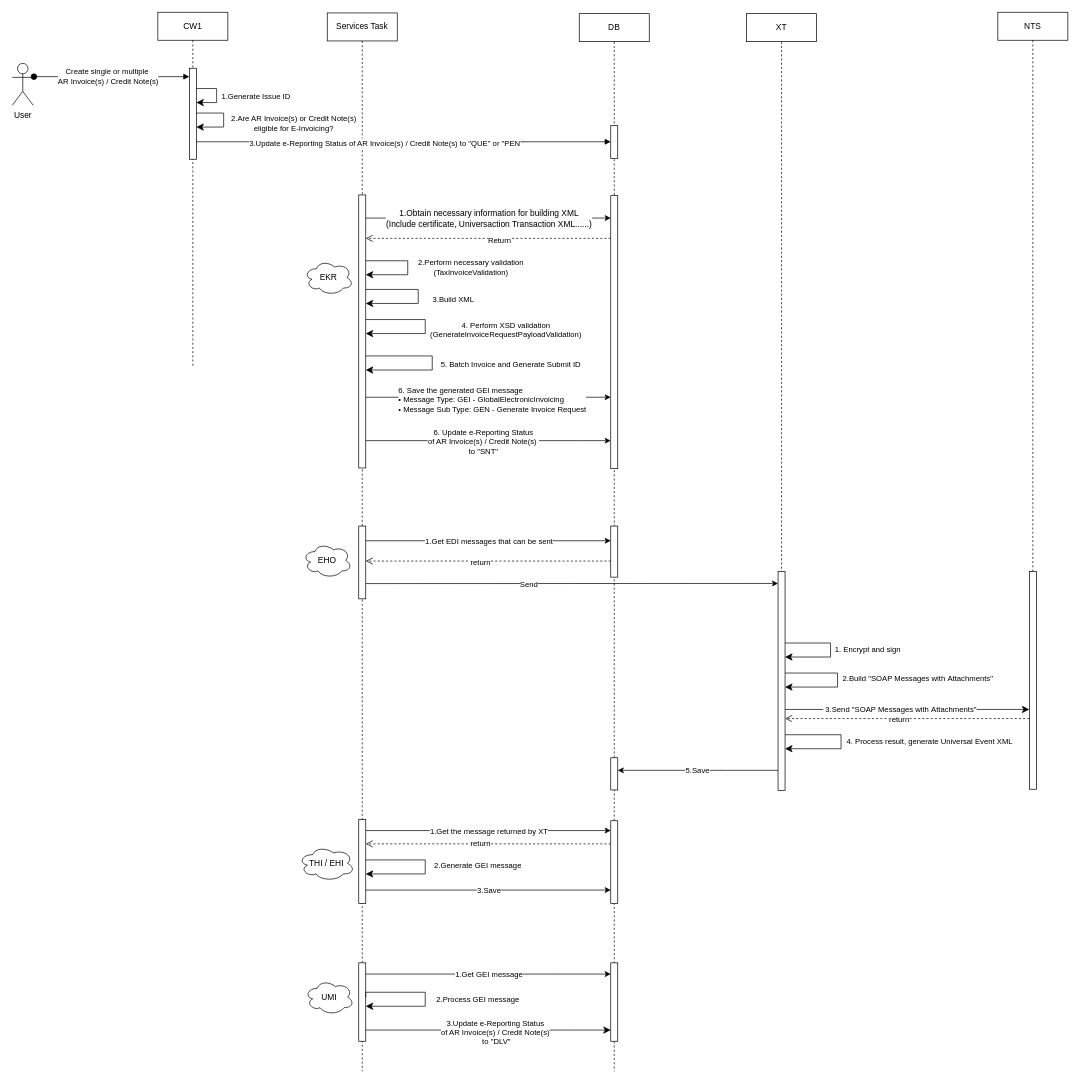
The draw.io diagram Step1.drawio in JingwenLi/MyTestProjects, before the edit. Source tidied: cells renumbered, new cells numbered last; positions are measured from the earlier drawing's top-left corner, leaving out a move shared by most shapes. Both pictures are drawn from the tidied source at 70%, with x=0, y=0 at pixel (12, 12).
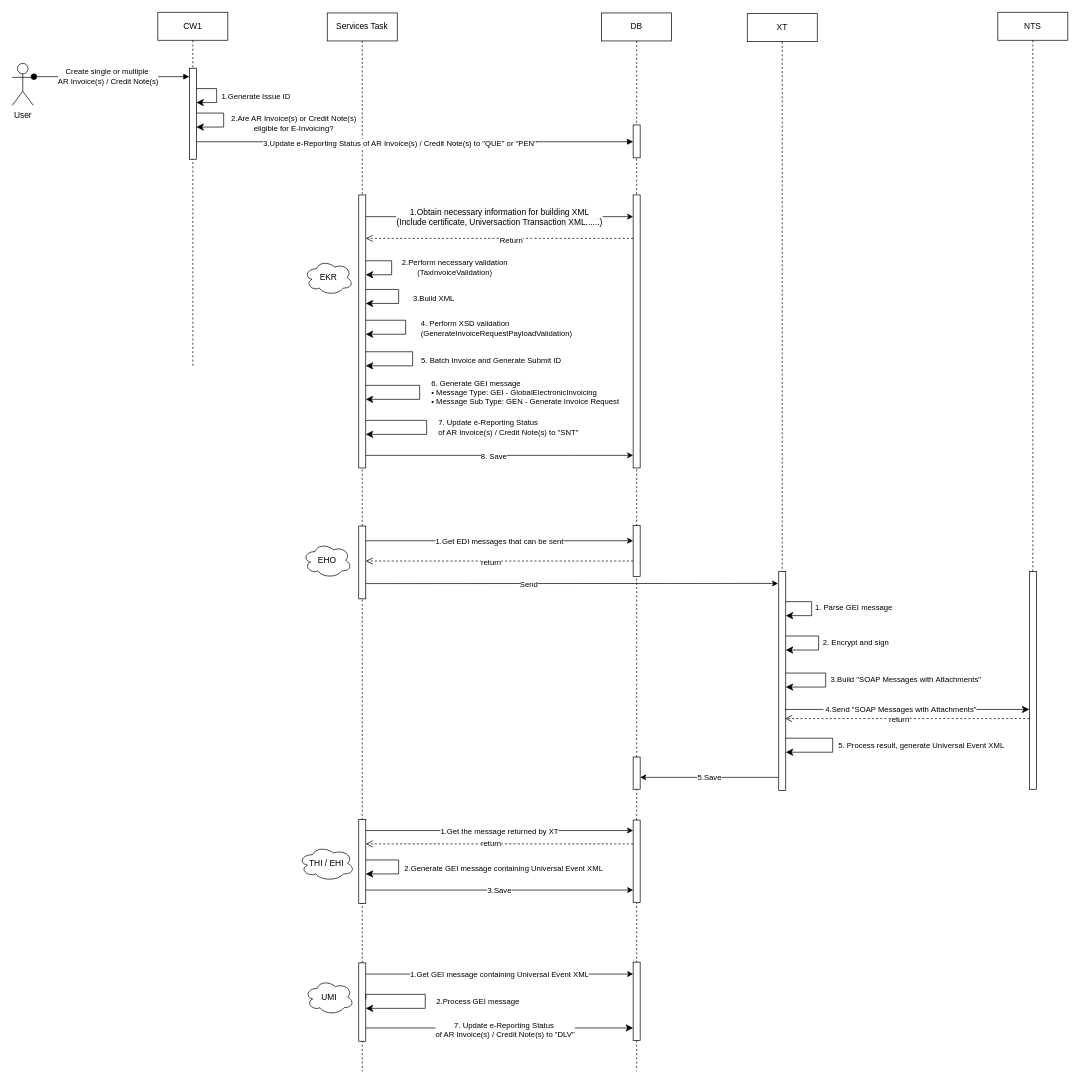
Above is the later version.

The change refers to these unchanged cells:
```xml
<mxCell id="4" value="Services Task" style="shape=umlLifeline;perimeter=lifelinePerimeter;whiteSpace=wrap;html=1;newEdgeStyle={&quot;edgeStyle&quot;:&quot;elbowEdgeStyle&quot;,&quot;elbow&quot;:&quot;vertical&quot;,&quot;curved&quot;:0,&quot;rounded&quot;:0};" parent="1" vertex="1">
  <mxGeometry x="450" y="1" width="100" height="1512" as="geometry" />
</mxCell>
<mxCell id="5" style="html=1;points=[];perimeter=orthogonalPerimeter;outlineConnect=0;targetShapes=umlLifeline;portConstraint=eastwest;newEdgeStyle={&quot;edgeStyle&quot;:&quot;elbowEdgeStyle&quot;,&quot;elbow&quot;:&quot;vertical&quot;,&quot;curved&quot;:0,&quot;rounded&quot;:0};" parent="4" vertex="1">
  <mxGeometry x="45" y="260" width="10" height="390" as="geometry" />
</mxCell>
<mxCell id="8" style="html=1;points=[];perimeter=orthogonalPerimeter;outlineConnect=0;targetShapes=umlLifeline;portConstraint=eastwest;newEdgeStyle={&quot;edgeStyle&quot;:&quot;elbowEdgeStyle&quot;,&quot;elbow&quot;:&quot;vertical&quot;,&quot;curved&quot;:0,&quot;rounded&quot;:0};" parent="4" vertex="1">
  <mxGeometry x="45" y="1357" width="10" height="112" as="geometry" />
</mxCell>
<mxCell id="22" style="html=1;points=[];perimeter=orthogonalPerimeter;outlineConnect=0;targetShapes=umlLifeline;portConstraint=eastwest;newEdgeStyle={&quot;edgeStyle&quot;:&quot;elbowEdgeStyle&quot;,&quot;elbow&quot;:&quot;vertical&quot;,&quot;curved&quot;:0,&quot;rounded&quot;:0};" parent="18" vertex="1">
  <mxGeometry x="45" y="1356" width="10" height="112" as="geometry" />
</mxCell>
<mxCell id="23" style="html=1;points=[];perimeter=orthogonalPerimeter;outlineConnect=0;targetShapes=umlLifeline;portConstraint=eastwest;newEdgeStyle={&quot;edgeStyle&quot;:&quot;elbowEdgeStyle&quot;,&quot;elbow&quot;:&quot;vertical&quot;,&quot;curved&quot;:0,&quot;rounded&quot;:0};" parent="18" vertex="1">
  <mxGeometry x="45" y="1063" width="10" height="46" as="geometry" />
</mxCell>
<mxCell id="24" style="html=1;points=[];perimeter=orthogonalPerimeter;outlineConnect=0;targetShapes=umlLifeline;portConstraint=eastwest;newEdgeStyle={&quot;edgeStyle&quot;:&quot;elbowEdgeStyle&quot;,&quot;elbow&quot;:&quot;vertical&quot;,&quot;curved&quot;:0,&quot;rounded&quot;:0};" parent="18" vertex="1">
  <mxGeometry x="45" y="260" width="10" height="390" as="geometry" />
</mxCell>
<mxCell id="28" style="html=1;points=[];perimeter=orthogonalPerimeter;outlineConnect=0;targetShapes=umlLifeline;portConstraint=eastwest;newEdgeStyle={&quot;edgeStyle&quot;:&quot;elbowEdgeStyle&quot;,&quot;elbow&quot;:&quot;vertical&quot;,&quot;curved&quot;:0,&quot;rounded&quot;:0};" parent="27" vertex="1">
  <mxGeometry x="45" y="797" width="10" height="313" as="geometry" />
</mxCell>
<mxCell id="62" style="edgeStyle=elbowEdgeStyle;rounded=0;jettySize=auto;html=1;elbow=vertical;curved=0;" parent="1" edge="1" source="8" target="22">
  <mxGeometry x="0.12" y="10" relative="1" as="geometry">
    <Array as="points">
      <mxPoint x="772" y="1374" />
      <mxPoint x="710" y="1262.4" />
    </Array>
  </mxGeometry>
</mxCell>
```

The edit, as a diff of the source:
```diff
@@
     <mxCell id="9" value="3.Build&amp;nbsp;XML" style="edgeStyle=segmentEdgeStyle;endArrow=classic;html=1;curved=0;rounded=0;endSize=8;startSize=8;" parent="4" edge="1">
       <mxGeometry x="0.05" y="50" relative="1" as="geometry">
         <mxPoint x="55" y="395" as="sourcePoint" />
         <mxPoint x="55" y="415" as="targetPoint" />
         <Array as="points">
-          <mxPoint x="130" y="395" />
-          <mxPoint x="130" y="415" />
+          <mxPoint x="102" y="395" />
+          <mxPoint x="102" y="415" />
         </Array>
       </mxGeometry>
     </mxCell>
     <mxCell id="10" value="&lt;span style=&quot;color: rgb(0, 0, 0); font-family: Helvetica; font-size: 11px; font-style: normal; font-variant-ligatures: normal; font-variant-caps: normal; font-weight: 400; letter-spacing: normal; orphans: 2; text-align: center; text-indent: 0px; text-transform: none; widows: 2; word-spacing: 0px; -webkit-text-stroke-width: 0px; background-color: rgb(255, 255, 255); text-decoration-thickness: initial; text-decoration-style: initial; text-decoration-color: initial; float: none; display: inline !important;&quot;&gt;2.Perform necessary validation&lt;/span&gt;&lt;br&gt;(TaxInvoiceValidation)" style="edgeStyle=segmentEdgeStyle;endArrow=classic;html=1;curved=0;rounded=0;endSize=8;startSize=8;" parent="4" edge="1">
       <mxGeometry y="90" relative="1" as="geometry">
         <mxPoint x="55" y="354" as="sourcePoint" />
         <mxPoint x="55" y="374" as="targetPoint" />
         <Array as="points">
-          <mxPoint x="115" y="354" />
-          <mxPoint x="115" y="374" />
+          <mxPoint x="92" y="354" />
+          <mxPoint x="92" y="374" />
         </Array>
       </mxGeometry>
     </mxCell>
-    <mxCell id="11" value="4. Perform XSD validation&lt;br&gt;(GenerateInvoiceRequestPayloadValidation)" style="edgeStyle=segmentEdgeStyle;endArrow=classic;html=1;curved=0;rounded=0;endSize=8;startSize=8;" parent="4" edge="1">
-      <mxGeometry x="0.05" y="115" relative="1" as="geometry">
-        <mxPoint x="55" y="438" as="sourcePoint" />
-        <mxPoint x="55" y="458" as="targetPoint" />
+    <mxCell id="11" value="4. Perform XSD validation&lt;br&gt;(GenerateInvoiceRequestPayloadValidation)" style="edgeStyle=segmentEdgeStyle;endArrow=classic;html=1;curved=0;rounded=0;endSize=8;startSize=8;align=left;" parent="4" edge="1">
+      <mxGeometry x="0.04" y="20" relative="1" as="geometry">
+        <mxPoint x="55" y="439" as="sourcePoint" />
+        <mxPoint x="55" y="459" as="targetPoint" />
         <Array as="points">
-          <mxPoint x="140" y="438" />
-          <mxPoint x="140" y="458" />
+          <mxPoint x="112" y="439" />
+          <mxPoint x="112" y="459" />
         </Array>
+        <mxPoint y="-1" as="offset" />
       </mxGeometry>
     </mxCell>
     <mxCell id="12" value="2.Process GEI message" style="edgeStyle=segmentEdgeStyle;endArrow=classic;html=1;curved=0;rounded=0;endSize=8;startSize=8;exitX=1;exitY=0.163;exitDx=0;exitDy=0;exitPerimeter=0;" parent="4" edge="1">
       <mxGeometry x="0.04" y="75" relative="1" as="geometry">
-        <mxPoint x="55" y="1406.3" as="sourcePoint" />
-        <mxPoint x="55" y="1419" as="targetPoint" />
+        <mxPoint x="55" y="1409.3" as="sourcePoint" />
+        <mxPoint x="55" y="1422" as="targetPoint" />
         <Array as="points">
-          <mxPoint x="140" y="1399" />
-          <mxPoint x="140" y="1419" />
+          <mxPoint x="140" y="1402" />
+          <mxPoint x="140" y="1422" />
         </Array>
         <mxPoint y="-1" as="offset" />
       </mxGeometry>
     </mxCell>
-    <mxCell id="13" value="2.Generate GEI message" style="edgeStyle=segmentEdgeStyle;endArrow=classic;html=1;curved=0;rounded=0;endSize=8;startSize=8;" parent="4" edge="1">
-      <mxGeometry x="-0.03" y="75" relative="1" as="geometry">
+    <mxCell id="13" value="2.Generate GEI message containing&amp;nbsp;Universal Event XML" style="edgeStyle=segmentEdgeStyle;endArrow=classic;html=1;curved=0;rounded=0;endSize=8;startSize=8;" parent="4" edge="1">
+      <mxGeometry x="0.04" y="150" relative="1" as="geometry">
         <mxPoint x="55" y="1210" as="sourcePoint" />
         <mxPoint x="55" y="1230" as="targetPoint" />
         <Array as="points">
-          <mxPoint x="140" y="1210" />
-          <mxPoint x="140" y="1230" />
+          <mxPoint x="102" y="1210" />
+          <mxPoint x="102" y="1230" />
         </Array>
-        <mxPoint y="1" as="offset" />
       </mxGeometry>
     </mxCell>
     <mxCell id="14" value="5. Batch Invoice and Generate Submit ID" style="edgeStyle=segmentEdgeStyle;endArrow=classic;html=1;curved=0;rounded=0;endSize=8;startSize=8;" parent="4" edge="1">
       <mxGeometry x="0.03" y="112" relative="1" as="geometry">
-        <mxPoint x="55" y="490" as="sourcePoint" />
-        <mxPoint x="55" y="510.1" as="targetPoint" />
+        <mxPoint x="55" y="484" as="sourcePoint" />
+        <mxPoint x="55" y="504.1" as="targetPoint" />
         <Array as="points">
-          <mxPoint x="150" y="490" />
-          <mxPoint x="150" y="510" />
+          <mxPoint x="122" y="484" />
+          <mxPoint x="122" y="504" />
         </Array>
       </mxGeometry>
     </mxCell>
+    <mxCell id="68" value="6.&amp;nbsp;Generate GEI message&lt;div style=&quot;border-color: var(--border-color);&quot;&gt;• Message Type: GEI - GlobalElectronicInvoicing&lt;/div&gt;&lt;div style=&quot;border-color: var(--border-color);&quot;&gt;• Message Sub Type: GEN - Generate Invoice Request&lt;/div&gt;" style="edgeStyle=segmentEdgeStyle;endArrow=classic;html=1;curved=0;rounded=0;endSize=8;startSize=8;align=left;" parent="4" edge="1" source="5" target="5">
+      <mxGeometry y="15" relative="1" as="geometry">
+        <Array as="points">
+          <mxPoint x="132" y="532" />
+          <mxPoint x="132" y="552" />
+        </Array>
+      </mxGeometry>
+    </mxCell>
+    <mxCell id="69" value="7. Update e-Reporting Status&amp;nbsp;&lt;br&gt;&lt;span style=&quot;text-align: center;&quot;&gt;of AR Invoice(s) / Credit Note(s)&amp;nbsp;&lt;/span&gt;&lt;span style=&quot;text-align: center;&quot;&gt;to &quot;SNT&quot;&lt;/span&gt;" style="edgeStyle=segmentEdgeStyle;endArrow=classic;html=1;curved=0;rounded=0;endSize=8;startSize=8;align=left;" parent="4" edge="1" source="5" target="5">
+      <mxGeometry y="15" relative="1" as="geometry">
+        <Array as="points">
+          <mxPoint x="142" y="582" />
+          <mxPoint x="142" y="602" />
+        </Array>
+      </mxGeometry>
+    </mxCell>
@@
     <mxCell id="18" value="DB" style="shape=umlLifeline;perimeter=lifelinePerimeter;whiteSpace=wrap;html=1;newEdgeStyle={&quot;edgeStyle&quot;:&quot;elbowEdgeStyle&quot;,&quot;elbow&quot;:&quot;vertical&quot;,&quot;curved&quot;:0,&quot;rounded&quot;:0};" parent="1" vertex="1">
-      <mxGeometry x="810" y="2" width="100" height="1511" as="geometry" />
+      <mxGeometry x="842" y="1" width="100" height="1511" as="geometry" />
     </mxCell>
@@
     <mxCell id="27" value="XT" style="shape=umlLifeline;perimeter=lifelinePerimeter;whiteSpace=wrap;html=1;newEdgeStyle={&quot;edgeStyle&quot;:&quot;elbowEdgeStyle&quot;,&quot;elbow&quot;:&quot;vertical&quot;,&quot;curved&quot;:0,&quot;rounded&quot;:0};" parent="1" vertex="1">
-      <mxGeometry x="1049" y="2" width="100" height="1110" as="geometry" />
+      <mxGeometry x="1050" y="2" width="100" height="1110" as="geometry" />
     </mxCell>
@@
-    <mxCell id="29" value="1. Encrypt and sign" style="edgeStyle=segmentEdgeStyle;endArrow=classic;html=1;curved=0;rounded=0;endSize=8;startSize=8;" parent="27" edge="1">
+    <mxCell id="29" value="2. Encrypt and sign" style="edgeStyle=segmentEdgeStyle;endArrow=classic;html=1;curved=0;rounded=0;endSize=8;startSize=8;" parent="27" edge="1">
       <mxGeometry y="53" relative="1" as="geometry">
-        <mxPoint x="55" y="899.1" as="sourcePoint" />
-        <mxPoint x="55" y="919.1" as="targetPoint" />
+        <mxPoint x="55" y="889.1" as="sourcePoint" />
+        <mxPoint x="55" y="909.1" as="targetPoint" />
         <Array as="points">
-          <mxPoint x="120" y="899" />
-          <mxPoint x="120" y="919" />
+          <mxPoint x="102" y="889" />
+          <mxPoint x="102" y="909" />
         </Array>
       </mxGeometry>
     </mxCell>
-    <mxCell id="30" value="&amp;nbsp;2.Build &quot;SOAP Messages with&amp;nbsp;Attachments&quot;" style="edgeStyle=segmentEdgeStyle;endArrow=classic;html=1;curved=0;rounded=0;endSize=8;startSize=8;" parent="27" edge="1">
+    <mxCell id="30" value="&amp;nbsp;3.Build &quot;SOAP Messages with&amp;nbsp;Attachments&quot;" style="edgeStyle=segmentEdgeStyle;endArrow=classic;html=1;curved=0;rounded=0;endSize=8;startSize=8;" parent="27" edge="1">
       <mxGeometry x="-0.02" y="113" relative="1" as="geometry">
         <mxPoint x="55" y="942" as="sourcePoint" />
         <mxPoint x="55" y="962" as="targetPoint" />
         <Array as="points">
-          <mxPoint x="130" y="942" />
-          <mxPoint x="130" y="962" />
+          <mxPoint x="112" y="942" />
+          <mxPoint x="112" y="962" />
         </Array>
       </mxGeometry>
     </mxCell>
-    <mxCell id="31" value="4. Process result, generate&amp;nbsp;Universal Event XML&amp;nbsp;" style="edgeStyle=segmentEdgeStyle;endArrow=classic;html=1;curved=0;rounded=0;endSize=8;startSize=8;" parent="27" edge="1">
+    <mxCell id="31" value="5. Process result, generate&amp;nbsp;Universal Event XML&amp;nbsp;" style="edgeStyle=segmentEdgeStyle;endArrow=classic;html=1;curved=0;rounded=0;endSize=8;startSize=8;" parent="27" edge="1">
       <mxGeometry y="128" relative="1" as="geometry">
-        <mxPoint x="55" y="1030.1" as="sourcePoint" />
-        <mxPoint x="55" y="1050.1" as="targetPoint" />
+        <mxPoint x="55" y="1035.1" as="sourcePoint" />
+        <mxPoint x="55" y="1055.1" as="targetPoint" />
         <Array as="points">
-          <mxPoint x="135" y="1030" />
-          <mxPoint x="135" y="1050" />
+          <mxPoint x="122" y="1035" />
+          <mxPoint x="122" y="1055" />
         </Array>
       </mxGeometry>
     </mxCell>
+    <mxCell id="70" value="1. Parse GEI message" style="edgeStyle=segmentEdgeStyle;endArrow=classic;html=1;curved=0;rounded=0;endSize=8;startSize=8;" parent="27" edge="1">
+      <mxGeometry x="-0.02" y="60" relative="1" as="geometry">
+        <mxPoint x="55" y="840" as="sourcePoint" />
+        <mxPoint x="55" y="860" as="targetPoint" />
+        <Array as="points">
+          <mxPoint x="92" y="840" />
+          <mxPoint x="92" y="860" />
+        </Array>
+      </mxGeometry>
+    </mxCell>
@@
-    <mxCell id="36" style="edgeStyle=elbowEdgeStyle;rounded=0;orthogonalLoop=1;jettySize=auto;html=1;elbow=vertical;curved=0;" parent="1" edge="1">
-      <mxGeometry relative="1" as="geometry">
-        <mxPoint x="505" y="550" as="sourcePoint" />
-        <mxPoint x="855" y="550" as="targetPoint" />
-        <Array as="points">
-          <mxPoint x="822" y="550" />
-          <mxPoint x="741" y="548" />
-          <mxPoint x="791" y="586" />
-          <mxPoint x="751" y="566" />
-          <mxPoint x="791" y="586" />
-          <mxPoint x="811" y="496" />
-          <mxPoint x="791" y="516" />
-          <mxPoint x="826" y="456" />
-          <mxPoint x="786" y="446" />
-          <mxPoint x="586" y="396" />
-          <mxPoint x="616" y="386" />
-        </Array>
-      </mxGeometry>
-    </mxCell>
-    <mxCell id="37" value="&lt;div&gt;6. Save the generated GEI message&lt;/div&gt;&lt;div&gt;• Message Type: GEI - GlobalElectronicInvoicing&lt;/div&gt;&lt;div&gt;• Message Sub Type: GEN - Generate Invoice Request&lt;/div&gt;" style="edgeLabel;html=1;align=left;verticalAlign=middle;" parent="36" vertex="1">
-      <mxGeometry x="-0.04" y="1" relative="1" as="geometry">
-        <mxPoint x="-123" y="4" as="offset" />
-      </mxGeometry>
-    </mxCell>
@@
-    <mxCell id="42" style="edgeStyle=elbowEdgeStyle;rounded=0;jettySize=auto;html=1;elbow=vertical;curved=0;" parent="1" edge="1" source="5" target="24">
+    <mxCell id="42" style="edgeStyle=elbowEdgeStyle;rounded=0;orthogonalLoop=1;jettySize=auto;html=1;elbow=vertical;curved=0;" parent="1" edge="1">
       <mxGeometry x="0.12" y="10" relative="1" as="geometry">
+        <mxPoint x="505" y="292" as="sourcePoint" />
+        <mxPoint x="887" y="292" as="targetPoint" />
         <Array as="points">
-          <mxPoint x="831" y="294" />
-          <mxPoint x="541" y="314" />
-          <mxPoint x="801" y="324" />
-          <mxPoint x="661" y="344" />
-          <mxPoint x="761" y="444" />
-          <mxPoint x="801" y="464" />
-          <mxPoint x="821" y="374" />
-          <mxPoint x="801" y="394" />
-          <mxPoint x="836" y="334" />
-          <mxPoint x="796" y="324" />
-          <mxPoint x="596" y="274" />
-          <mxPoint x="626" y="264" />
+          <mxPoint x="831" y="292" />
+          <mxPoint x="541" y="312" />
+          <mxPoint x="801" y="322" />
+          <mxPoint x="661" y="342" />
+          <mxPoint x="761" y="442" />
+          <mxPoint x="801" y="462" />
+          <mxPoint x="821" y="372" />
+          <mxPoint x="801" y="392" />
+          <mxPoint x="836" y="332" />
+          <mxPoint x="796" y="322" />
+          <mxPoint x="596" y="272" />
+          <mxPoint x="626" y="262" />
         </Array>
       </mxGeometry>
     </mxCell>
@@
-    <mxCell id="56" value="&amp;nbsp;3.Send &quot;SOAP Messages with&amp;nbsp;Attachments&quot;" style="edgeStyle=segmentEdgeStyle;endArrow=classic;html=1;curved=0;rounded=0;endSize=8;startSize=8;" parent="1" edge="1">
+    <mxCell id="56" value="&amp;nbsp;4.Send &quot;SOAP Messages with&amp;nbsp;Attachments&quot;" style="edgeStyle=segmentEdgeStyle;endArrow=classic;html=1;curved=0;rounded=0;endSize=8;startSize=8;" parent="1" edge="1">
       <mxGeometry x="-0.06" relative="1" as="geometry">
         <mxPoint x="1104" y="996" as="sourcePoint" />
         <mxPoint x="1453" y="996" as="targetPoint" />
       </mxGeometry>
     </mxCell>
-    <mxCell id="57" value="5.Save" style="edgeStyle=elbowEdgeStyle;rounded=0;orthogonalLoop=1;jettySize=auto;html=1;elbow=vertical;curved=0;" parent="1" edge="1">
+    <mxCell id="57" value="5.Save" style="edgeStyle=elbowEdgeStyle;rounded=0;jettySize=auto;html=1;elbow=vertical;curved=0;" parent="1" edge="1" source="28" target="23">
       <mxGeometry relative="1" as="geometry">
-        <mxPoint x="1094" y="1083" as="sourcePoint" />
-        <mxPoint x="865" y="1083" as="targetPoint" />
         <Array as="points">
-          <mxPoint x="1022" y="1083" />
+          <mxPoint x="932" y="1093" />
           <mxPoint x="1001" y="1148" />
         </Array>
       </mxGeometry>
     </mxCell>
@@
-    <mxCell id="60" style="edgeStyle=segmentEdgeStyle;endArrow=classic;html=1;curved=0;rounded=0;endSize=8;startSize=8;" parent="1" edge="1" source="8" target="22">
+    <mxCell id="60" style="edgeStyle=segmentEdgeStyle;endArrow=classic;html=1;curved=0;rounded=0;endSize=8;startSize=8;" parent="1" edge="1" target="22">
       <mxGeometry x="-0.08" y="-3" relative="1" as="geometry">
-        <Array as="points">
-          <mxPoint x="802" y="1454" />
-          <mxPoint x="802" y="1454" />
-        </Array>
+        <mxPoint x="505" y="1451" as="sourcePoint" />
       </mxGeometry>
     </mxCell>
-    <mxCell id="61" value="3.Update e-Reporting Status &lt;br&gt;of AR Invoice(s) / Credit Note(s)&lt;br&gt;&amp;nbsp;to &quot;DLV&quot;" style="edgeLabel;html=1;align=center;verticalAlign=middle;" parent="60" vertex="1">
+    <mxCell id="61" value="7. Update e-Reporting Status&amp;nbsp;&lt;br style=&quot;border-color: var(--border-color); text-align: left;&quot;&gt;&lt;span style=&quot;border-color: var(--border-color);&quot;&gt;of AR Invoice(s) / Credit Note(s)&amp;nbsp;&lt;/span&gt;&lt;span style=&quot;border-color: var(--border-color);&quot;&gt;to &quot;DLV&quot;&lt;/span&gt;" style="edgeLabel;html=1;align=center;verticalAlign=middle;" parent="60" vertex="1">
       <mxGeometry x="-0.1" y="-4" relative="1" as="geometry">
         <mxPoint x="26" y="-2" as="offset" />
       </mxGeometry>
     </mxCell>
@@
-    <mxCell id="63" value="1.Get GEI&amp;nbsp;message" style="edgeLabel;html=1;align=center;verticalAlign=middle;" parent="62" vertex="1">
+    <mxCell id="63" value="1.Get GEI&amp;nbsp;message containing&amp;nbsp;Universal Event XML" style="edgeLabel;html=1;align=center;verticalAlign=middle;" parent="62" vertex="1">
       <mxGeometry x="-0.04" y="1" relative="1" as="geometry">
         <mxPoint x="7" y="1" as="offset" />
       </mxGeometry>
     </mxCell>
@@
-    <mxCell id="66" style="edgeStyle=elbowEdgeStyle;rounded=0;orthogonalLoop=1;jettySize=auto;html=1;elbow=vertical;curved=0;" parent="1" edge="1">
-      <mxGeometry relative="1" as="geometry">
-        <mxPoint x="505" y="612" as="sourcePoint" />
-        <mxPoint x="855" y="612" as="targetPoint" />
-        <Array as="points">
-          <mxPoint x="812" y="612" />
-          <mxPoint x="860" y="609" />
-          <mxPoint x="751" y="670" />
-          <mxPoint x="801" y="708" />
-          <mxPoint x="761" y="688" />
-          <mxPoint x="801" y="708" />
-          <mxPoint x="821" y="618" />
-          <mxPoint x="801" y="638" />
-          <mxPoint x="836" y="578" />
-          <mxPoint x="796" y="568" />
-          <mxPoint x="596" y="518" />
-          <mxPoint x="626" y="508" />
-        </Array>
-      </mxGeometry>
-    </mxCell>
-    <mxCell id="67" value="6. Update e-Reporting Status &lt;br&gt;of AR Invoice(s) / Credit Note(s)&amp;nbsp;&lt;br&gt;to &quot;SNT&quot;" style="edgeLabel;html=1;align=center;verticalAlign=middle;" parent="66" vertex="1">
-      <mxGeometry x="-0.04" y="1" relative="1" as="geometry">
-        <mxPoint x="-1" y="2" as="offset" />
-      </mxGeometry>
-    </mxCell>
+    <mxCell id="71" style="edgeStyle=elbowEdgeStyle;rounded=0;jettySize=auto;html=1;elbow=vertical;curved=0;" parent="1" edge="1" source="5" target="24">
+      <mxGeometry relative="1" as="geometry">
+        <Array as="points">
+          <mxPoint x="799" y="633" />
+          <mxPoint x="847" y="630" />
+          <mxPoint x="738" y="691" />
+          <mxPoint x="788" y="729" />
+          <mxPoint x="748" y="709" />
+          <mxPoint x="788" y="729" />
+          <mxPoint x="808" y="639" />
+          <mxPoint x="788" y="659" />
+          <mxPoint x="823" y="599" />
+          <mxPoint x="783" y="589" />
+          <mxPoint x="583" y="539" />
+          <mxPoint x="613" y="529" />
+        </Array>
+      </mxGeometry>
+    </mxCell>
+    <mxCell id="72" value="8. Save" style="edgeLabel;html=1;align=center;verticalAlign=middle;" parent="71" vertex="1">
+      <mxGeometry x="-0.04" y="1" relative="1" as="geometry">
+        <mxPoint x="-1" y="2" as="offset" />
+      </mxGeometry>
+    </mxCell>
```
